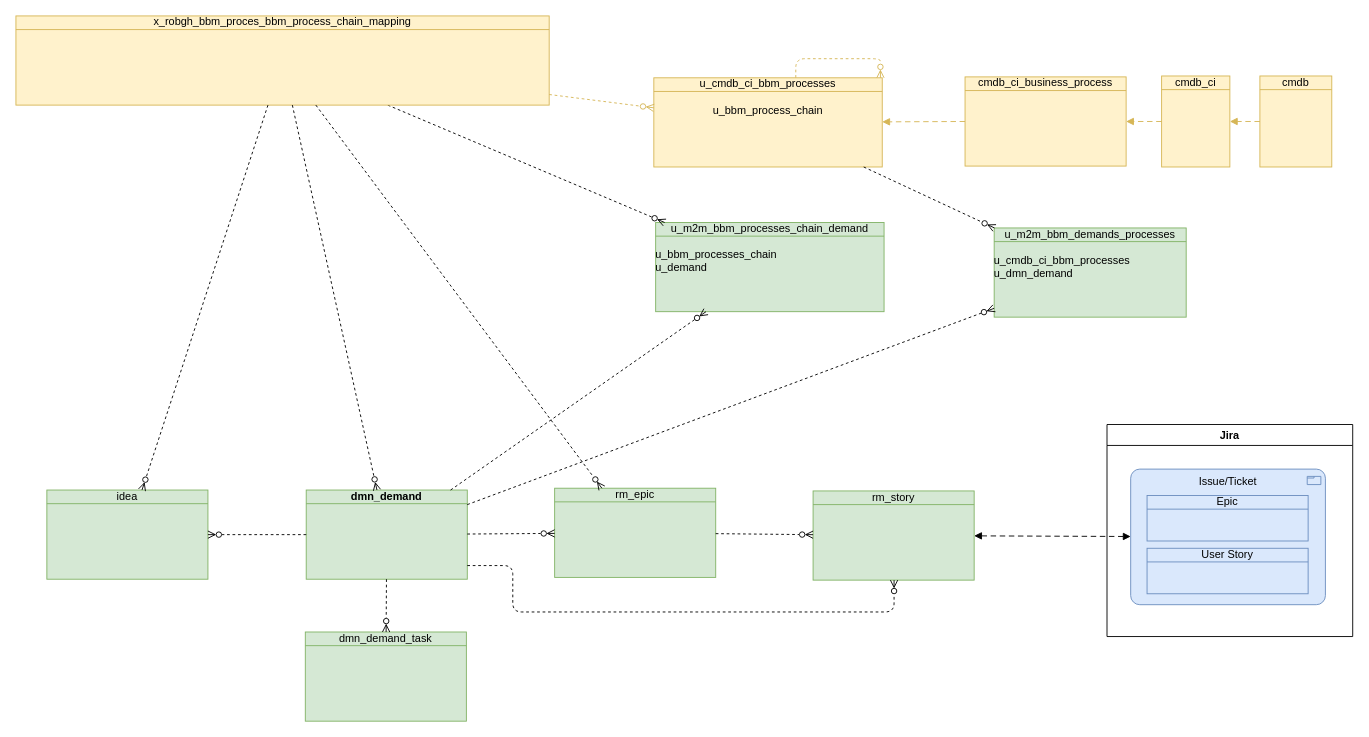
Above: page "m2mProcess" (9 of 15) of Bosch.drawio in algimas/tmp (draw.io), before the change. Source tidied: cells renumbered, new cells numbered last; positions are measured from the earlier drawing's top-left corner, leaving out a move shared by most shapes. Both pictures are drawn from the tidied source at 91%, with x=0, y=0 at pixel (15, 15).
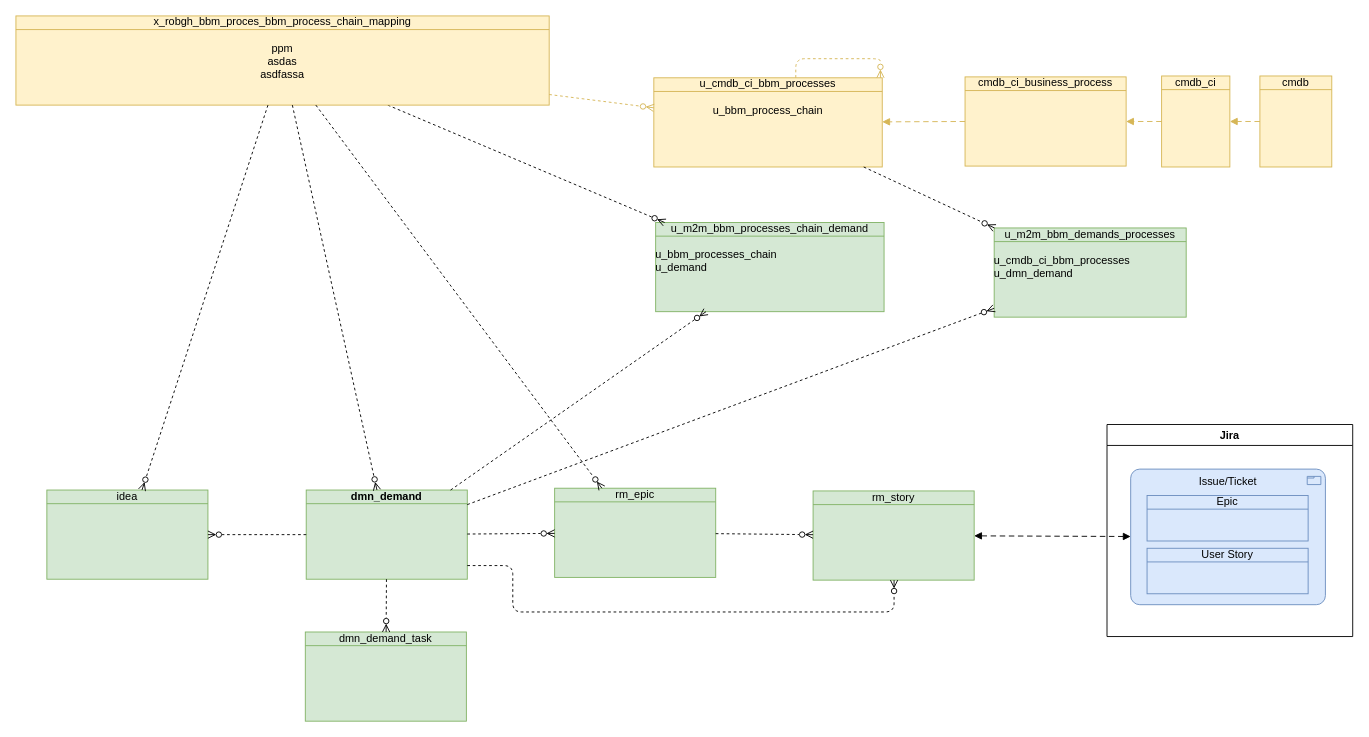
The same page after the edit.

Change to the diagram source:
```diff
@@
-    <mxCell id="31" value="x_robgh_bbm_proces_bbm_process_chain_mapping" style="html=1;outlineConnect=0;whiteSpace=wrap;fillColor=#fff2cc;shape=mxgraph.archimate3.businessObject;overflow=fill;strokeColor=#d6b656;" parent="1" vertex="1">
+    <mxCell id="31" value="x_robgh_bbm_proces_bbm_process_chain_mapping&lt;div&gt;&lt;br&gt;&lt;/div&gt;&lt;div&gt;ppm&lt;/div&gt;&lt;div&gt;asdas&lt;/div&gt;&lt;div&gt;asdfassa&lt;/div&gt;" style="html=1;outlineConnect=0;whiteSpace=wrap;fillColor=#fff2cc;shape=mxgraph.archimate3.businessObject;overflow=fill;strokeColor=#d6b656;" parent="1" vertex="1">
       <mxGeometry width="586" height="98" as="geometry" />
     </mxCell>
```
